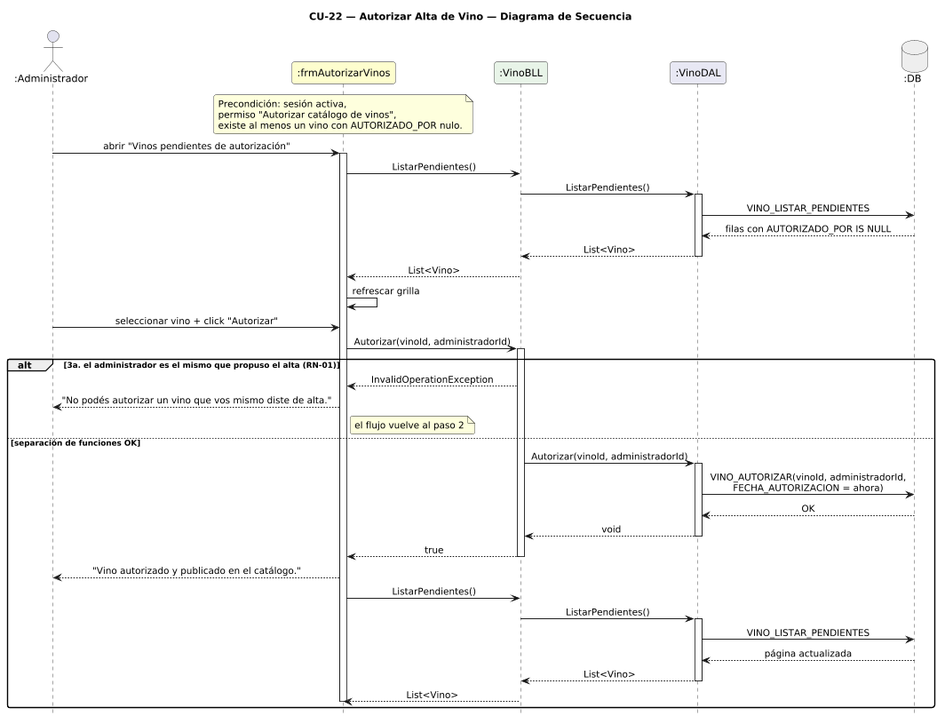
Earlier version of the PlantUML export DIAGRAMAS/DiagramaSecuencia_CU22_AutorizarAltaVino.png (Jesifu/club-de-vinos-td).
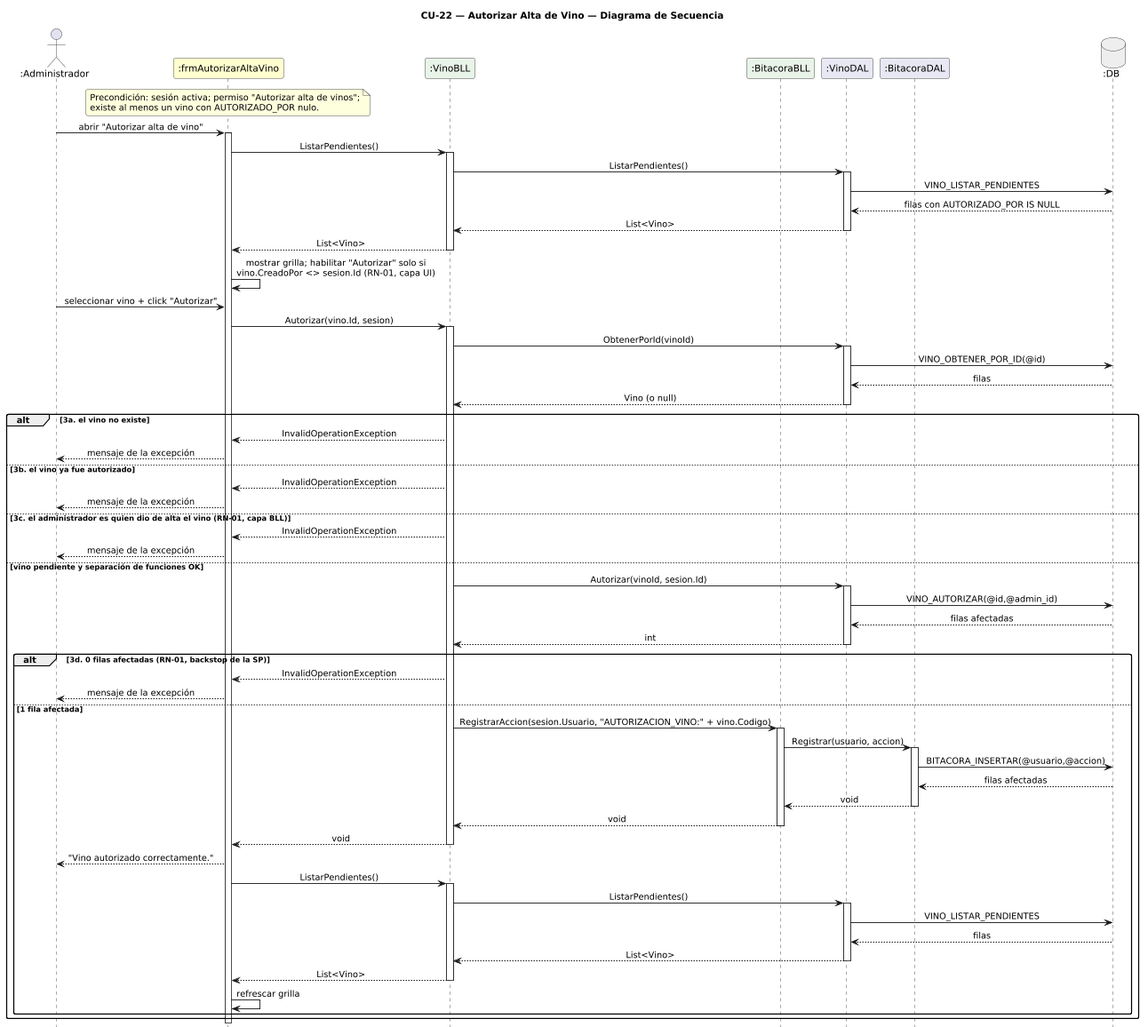
Above is the later version.

The edit, as a diff of the source:
```diff
@@ -7,23 +7,25 @@
 skinparam sequenceArrowThickness 1.2
 skinparam sequenceMessageAlign center
 hide footbox
-scale 0.8
+scale 0.75
 
-actor       ":Administrador"     as A
-participant ":frmAutorizarVinos" as FA #FEFECE
-participant ":VinoBLL"           as VB #E8F4E8
-participant ":VinoDAL"           as VD #E8E8F4
-database    ":DB"                as DB #EEEEEE
+actor       ":Administrador"           as A
+participant ":frmAutorizarAltaVino"    as FA #FEFECE
+participant ":VinoBLL"                 as VB #E8F4E8
+participant ":BitacoraBLL"             as BB #E8F4E8
+participant ":VinoDAL"                 as VD #E8E8F4
+participant ":BitacoraDAL"             as TD #E8E8F4
+database    ":DB"                      as DB #EEEEEE
 
 note over FA
-  Precondición: sesión activa,
-  permiso "Autorizar catálogo de vinos",
+  Precondición: sesión activa; permiso "Autorizar alta de vinos";
   existe al menos un vino con AUTORIZADO_POR nulo.
 end note
 
-A -> FA : abrir "Vinos pendientes de autorización"
+A -> FA : abrir "Autorizar alta de vino"
 activate FA
 FA -> VB : ListarPendientes()
+activate VB
 VB -> VD : ListarPendientes()
 activate VD
 VD -> DB : VINO_LISTAR_PENDIENTES
@@ -31,35 +33,67 @@
 VD --> VB : List<Vino>
 deactivate VD
 VB --> FA : List<Vino>
-FA -> FA : refrescar grilla
+deactivate VB
+FA -> FA : mostrar grilla; habilitar "Autorizar" solo si\nvino.CreadoPor <> sesion.Id (RN-01, capa UI)
 
 A -> FA : seleccionar vino + click "Autorizar"
-FA -> VB : Autorizar(vinoId, administradorId)
+FA -> VB : Autorizar(vino.Id, sesion)
 activate VB
+VB -> VD : ObtenerPorId(vinoId)
+activate VD
+VD -> DB : VINO_OBTENER_POR_ID(@id)
+DB --> VD : filas
+VD --> VB : Vino (o null)
+deactivate VD
 
-alt 3a. el administrador es el mismo que propuso el alta (RN-01)
+alt 3a. el vino no existe
   VB --> FA : InvalidOperationException
-  FA --> A : "No podés autorizar un vino que vos mismo diste de alta."
-  note right of FA : el flujo vuelve al paso 2
-else separación de funciones OK
-  VB -> VD : Autorizar(vinoId, administradorId)
+  FA --> A : mensaje de la excepción
+else 3b. el vino ya fue autorizado
+  VB --> FA : InvalidOperationException
+  FA --> A : mensaje de la excepción
+else 3c. el administrador es quien dio de alta el vino (RN-01, capa BLL)
+  VB --> FA : InvalidOperationException
+  FA --> A : mensaje de la excepción
+else vino pendiente y separación de funciones OK
+  VB -> VD : Autorizar(vinoId, sesion.Id)
   activate VD
-  VD -> DB : VINO_AUTORIZAR(vinoId, administradorId,\nFECHA_AUTORIZACION = ahora)
-  DB --> VD : OK
-  VD --> VB : void
+  VD -> DB : VINO_AUTORIZAR(@id,@admin_id)
+  DB --> VD : filas afectadas
+  VD --> VB : int
   deactivate VD
-  VB --> FA : true
-  deactivate VB
-  FA --> A : "Vino autorizado y publicado en el catálogo."
-  FA -> VB : ListarPendientes()
-  VB -> VD : ListarPendientes()
-  activate VD
-  VD -> DB : VINO_LISTAR_PENDIENTES
-  DB --> VD : página actualizada
-  VD --> VB : List<Vino>
-  deactivate VD
-  VB --> FA : List<Vino>
-  deactivate FA
+
+  alt 3d. 0 filas afectadas (RN-01, backstop de la SP)
+    VB --> FA : InvalidOperationException
+    FA --> A : mensaje de la excepción
+  else 1 fila afectada
+    VB -> BB : RegistrarAccion(sesion.Usuario, "AUTORIZACION_VINO:" + vino.Codigo)
+    activate BB
+    BB -> TD : Registrar(usuario, accion)
+    activate TD
+    TD -> DB : BITACORA_INSERTAR(@usuario,@accion)
+    DB --> TD : filas afectadas
+    TD --> BB : void
+    deactivate TD
+    BB --> VB : void
+    deactivate BB
+    VB --> FA : void
+    deactivate VB
+    FA --> A : "Vino autorizado correctamente."
+
+    FA -> VB : ListarPendientes()
+    activate VB
+    VB -> VD : ListarPendientes()
+    activate VD
+    VD -> DB : VINO_LISTAR_PENDIENTES
+    DB --> VD : filas
+    VD --> VB : List<Vino>
+    deactivate VD
+    VB --> FA : List<Vino>
+    deactivate VB
+    FA -> FA : refrescar grilla
+  end
 end
+deactivate FA
 
 @enduml
```
